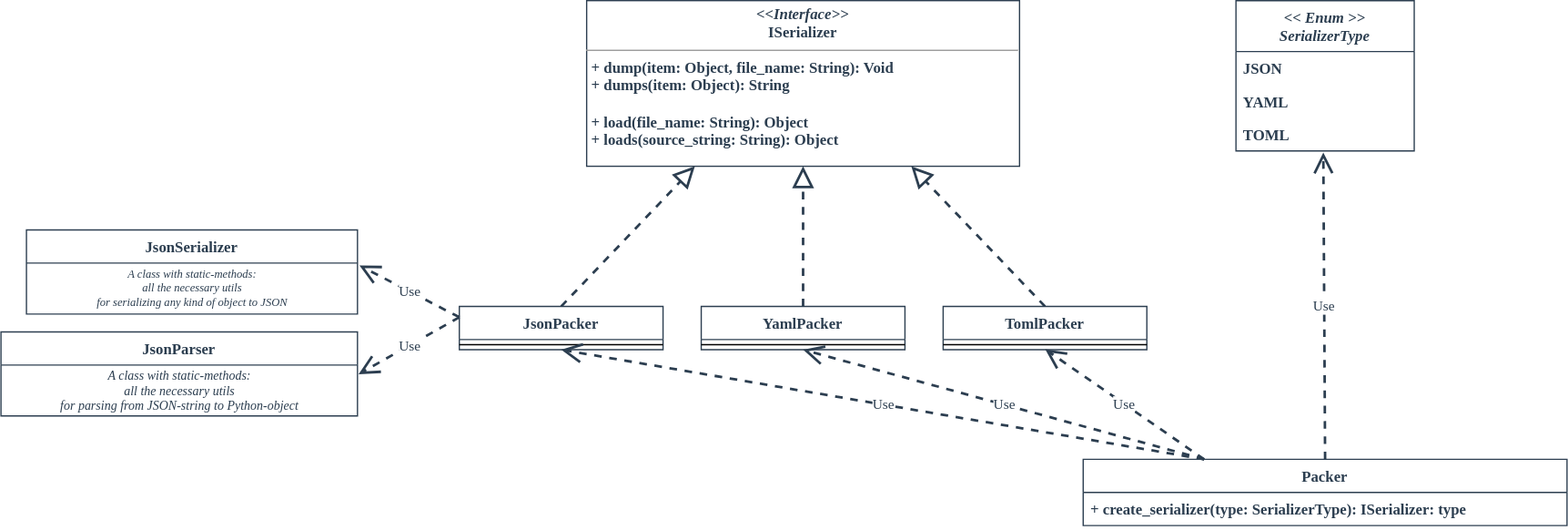
Above: 4 semester/LR2 2022.04.07/packer/scheme.svg in user-of-github/BSUIR_Labs_Programming-tools (draw.io), before the change. Source tidied: cells renumbered, new cells last; positions are measured from the earlier drawing's top-left corner, leaving out a move shared by most shapes. The source it was exported from:
```xml
<mxGraphModel>
  <root>
    <mxCell id="0" />
    <mxCell id="1" parent="0" />
    <mxCell id="2" value="&lt;p style=&quot;margin: 0px ; margin-top: 4px ; text-align: center&quot;&gt;&lt;i&gt;&amp;lt;&amp;lt;Interface&amp;gt;&amp;gt;&lt;/i&gt;&lt;br&gt;&lt;span&gt;ISerializer&lt;/span&gt;&lt;/p&gt;&lt;hr size=&quot;1&quot;&gt;&lt;p style=&quot;margin: 0px ; margin-left: 4px&quot;&gt;+ dump(item: Object, file_name: String): Void&lt;br&gt;+ dumps(item: Object): String&lt;/p&gt;&lt;p style=&quot;margin: 0px ; margin-left: 4px&quot;&gt;&lt;br&gt;&lt;/p&gt;&lt;p style=&quot;margin: 0px ; margin-left: 4px&quot;&gt;+ load(file_name: String): Object&lt;/p&gt;&lt;p style=&quot;margin: 0px ; margin-left: 4px&quot;&gt;+ loads(source_string: String): Object&lt;/p&gt;" style="verticalAlign=top;align=left;overflow=fill;fontSize=12;fontFamily=JetBrains Mono;html=1;fontSource=https%3A%2F%2Ffonts.googleapis.com%2Fcss%3Ffamily%3DJetBrains%2BMono;strokeColor=#2c3e50;fontColor=#2c3e50;fontStyle=1;" parent="1" vertex="1">
      <mxGeometry x="460" width="340" height="130" as="geometry" />
    </mxCell>
    <mxCell id="3" style="endArrow=block;dashed=1;endFill=0;endSize=12;html=1;rounded=0;fontColor=#2c3e50;entryX=0.25;entryY=1;entryDx=0;entryDy=0;strokeColor=#2C3E50;strokeWidth=2;exitX=0.5;exitY=0;exitDx=0;exitDy=0;" parent="1" edge="1" source="4" target="2">
      <mxGeometry relative="1" as="geometry" />
    </mxCell>
    <mxCell id="4" value="JsonPacker" style="swimlane;fontStyle=1;align=center;verticalAlign=top;horizontal=1;startSize=26;fontColor=#2C3E50;strokeColor=#2c3e50;fontFamily=JetBrains Mono;fontSource=https%3A%2F%2Ffonts.googleapis.com%2Fcss%3Ffamily%3DJetBrains%2BMono;strokeWidth=1;" parent="1" vertex="1">
      <mxGeometry x="360" y="240" width="160" height="34" as="geometry" />
    </mxCell>
    <mxCell id="5" style="line;strokeWidth=1;fillColor=none;align=left;verticalAlign=middle;spacingTop=-1;spacingLeft=3;spacingRight=3;labelPosition=right;fontColor=#2c3e50;" parent="4" vertex="1">
      <mxGeometry y="26" width="160" height="8" as="geometry" />
    </mxCell>
    <mxCell id="6" value="YamlPacker" style="swimlane;fontStyle=1;align=center;verticalAlign=top;horizontal=1;startSize=26;fontColor=#2C3E50;strokeColor=#2c3e50;fontFamily=JetBrains Mono;fontSource=https%3A%2F%2Ffonts.googleapis.com%2Fcss%3Ffamily%3DJetBrains%2BMono;strokeWidth=1;" parent="1" vertex="1">
      <mxGeometry x="550" y="240" width="160" height="34" as="geometry" />
    </mxCell>
    <mxCell id="7" style="line;strokeWidth=1;fillColor=none;align=left;verticalAlign=middle;spacingTop=-1;spacingLeft=3;spacingRight=3;labelPosition=right;fontColor=#2c3e50;" parent="6" vertex="1">
      <mxGeometry y="26" width="160" height="8" as="geometry" />
    </mxCell>
    <mxCell id="8" style="endArrow=block;dashed=1;endFill=0;endSize=12;html=1;rounded=0;fontColor=#2c3e50;strokeColor=#2C3E50;strokeWidth=2;exitX=0.5;exitY=0;exitDx=0;exitDy=0;" parent="1" edge="1" source="6">
      <mxGeometry relative="1" as="geometry">
        <mxPoint x="630" y="130" as="targetPoint" />
      </mxGeometry>
    </mxCell>
    <mxCell id="9" style="endArrow=block;dashed=1;endFill=0;endSize=12;html=1;rounded=0;fontColor=#2c3e50;strokeColor=#2C3E50;strokeWidth=2;entryX=0.75;entryY=1;entryDx=0;entryDy=0;exitX=0.5;exitY=0;exitDx=0;exitDy=0;" parent="1" edge="1" source="10" target="2">
      <mxGeometry relative="1" as="geometry" />
    </mxCell>
    <mxCell id="10" value="TomlPacker" style="swimlane;fontStyle=1;align=center;verticalAlign=top;horizontal=1;startSize=26;fontColor=#2C3E50;strokeColor=#2c3e50;fontFamily=JetBrains Mono;fontSource=https%3A%2F%2Ffonts.googleapis.com%2Fcss%3Ffamily%3DJetBrains%2BMono;strokeWidth=1;" parent="1" vertex="1">
      <mxGeometry x="740" y="240" width="160" height="34" as="geometry" />
    </mxCell>
    <mxCell id="11" style="line;strokeWidth=1;fillColor=none;align=left;verticalAlign=middle;spacingTop=-1;spacingLeft=3;spacingRight=3;labelPosition=right;points=[];portConstraint=eastwest;fontColor=#2c3e50;" parent="10" vertex="1">
      <mxGeometry y="26" width="160" height="8" as="geometry" />
    </mxCell>
    <mxCell id="12" value="&lt;&lt; Enum &gt;&gt;&#10;SerializerType" style="swimlane;fontStyle=3;horizontal=1;startSize=40;fillColor=none;fontFamily=JetBrains Mono;fontSource=https%3A%2F%2Ffonts.googleapis.com%2Fcss%3Ffamily%3DJetBrains%2BMono;fontColor=#2C3E50;strokeColor=#2c3e50;strokeWidth=1;" parent="1" vertex="1">
      <mxGeometry x="970" width="140" height="118" as="geometry" />
    </mxCell>
    <mxCell id="13" value="JSON" style="text;strokeColor=none;fillColor=none;align=left;verticalAlign=top;spacingLeft=4;spacingRight=4;overflow=hidden;fontFamily=JetBrains Mono;fontSource=https%3A%2F%2Ffonts.googleapis.com%2Fcss%3Ffamily%3DJetBrains%2BMono;fontColor=#2C3E50;fontStyle=1;" parent="12" vertex="1">
      <mxGeometry y="40" width="140" height="26" as="geometry" />
    </mxCell>
    <mxCell id="14" value="YAML" style="text;strokeColor=none;fillColor=none;align=left;verticalAlign=top;spacingLeft=4;spacingRight=4;overflow=hidden;fontFamily=JetBrains Mono;fontSource=https%3A%2F%2Ffonts.googleapis.com%2Fcss%3Ffamily%3DJetBrains%2BMono;fontColor=#2C3E50;fontStyle=1;" parent="12" vertex="1">
      <mxGeometry y="66" width="140" height="26" as="geometry" />
    </mxCell>
    <mxCell id="15" value="TOML" style="text;strokeColor=none;fillColor=none;align=left;verticalAlign=top;spacingLeft=4;spacingRight=4;overflow=hidden;points=[[0,0.5],[1,0.5]];portConstraint=eastwest;fontFamily=JetBrains Mono;fontSource=https%3A%2F%2Ffonts.googleapis.com%2Fcss%3Ffamily%3DJetBrains%2BMono;fontColor=#2C3E50;fontStyle=1;" parent="12" vertex="1">
      <mxGeometry y="92" width="140" height="26" as="geometry" />
    </mxCell>
    <mxCell id="16" value="Packer" style="swimlane;fontStyle=1;horizontal=1;startSize=26;fillColor=none;fontFamily=JetBrains Mono;fontSource=https%3A%2F%2Ffonts.googleapis.com%2Fcss%3Ffamily%3DJetBrains%2BMono;fontColor=#2C3E50;strokeColor=#2c3e50;strokeWidth=1;" parent="1" vertex="1">
      <mxGeometry x="850" y="360" width="380" height="52" as="geometry" />
    </mxCell>
    <mxCell id="17" value="+ create_serializer(type: SerializerType): ISerializer: type" style="text;strokeColor=none;fillColor=none;align=left;verticalAlign=top;spacingLeft=4;spacingRight=4;overflow=hidden;fontFamily=JetBrains Mono;fontSource=https%3A%2F%2Ffonts.googleapis.com%2Fcss%3Ffamily%3DJetBrains%2BMono;fontColor=#2C3E50;fontStyle=1;" parent="16" vertex="1">
      <mxGeometry y="26" width="380" height="26" as="geometry" />
    </mxCell>
    <mxCell id="18" value="Use" style="endArrow=open;endSize=12;dashed=1;html=1;rounded=0;fontFamily=JetBrains Mono;fontSource=https%3A%2F%2Ffonts.googleapis.com%2Fcss%3Ffamily%3DJetBrains%2BMono;fontColor=#2C3E50;strokeColor=#2C3E50;strokeWidth=2;entryX=0.49;entryY=1.048;entryDx=0;entryDy=0;entryPerimeter=0;exitX=0.5;exitY=0;exitDx=0;exitDy=0;" parent="1" edge="1" source="16" target="15">
      <mxGeometry relative="1" as="geometry" />
    </mxCell>
    <mxCell id="19" value="Use" style="endArrow=open;endSize=12;dashed=1;html=1;rounded=0;fontFamily=JetBrains Mono;fontSource=https%3A%2F%2Ffonts.googleapis.com%2Fcss%3Ffamily%3DJetBrains%2BMono;fontColor=#2C3E50;strokeColor=#2C3E50;strokeWidth=2;entryX=0.501;entryY=0.955;entryDx=0;entryDy=0;entryPerimeter=0;exitX=0.25;exitY=0;exitDx=0;exitDy=0;" parent="1" edge="1" source="16" target="11">
      <mxGeometry relative="1" as="geometry" />
    </mxCell>
    <mxCell id="20" value="Use" style="endArrow=open;endSize=12;dashed=1;html=1;rounded=0;fontFamily=JetBrains Mono;fontSource=https%3A%2F%2Ffonts.googleapis.com%2Fcss%3Ffamily%3DJetBrains%2BMono;fontColor=#2C3E50;strokeColor=#2C3E50;strokeWidth=2;entryX=0.5;entryY=1;entryDx=0;entryDy=0;exitX=0.25;exitY=0;exitDx=0;exitDy=0;" parent="1" edge="1" source="16" target="6">
      <mxGeometry relative="1" as="geometry" />
    </mxCell>
    <mxCell id="21" value="Use" style="endArrow=open;endSize=12;dashed=1;html=1;rounded=0;fontFamily=JetBrains Mono;fontSource=https%3A%2F%2Ffonts.googleapis.com%2Fcss%3Ffamily%3DJetBrains%2BMono;fontColor=#2C3E50;strokeColor=#2C3E50;strokeWidth=2;entryX=0.5;entryY=1;entryDx=0;entryDy=0;exitX=0.25;exitY=0;exitDx=0;exitDy=0;" parent="1" edge="1" source="16" target="4">
      <mxGeometry relative="1" as="geometry" />
    </mxCell>
    <mxCell id="22" value="JsonSerializer" style="swimlane;fontStyle=1;align=center;verticalAlign=top;horizontal=1;startSize=26;fontColor=#2C3E50;strokeColor=#2c3e50;fontFamily=JetBrains Mono;fontSource=https%3A%2F%2Ffonts.googleapis.com%2Fcss%3Ffamily%3DJetBrains%2BMono;strokeWidth=1;" parent="1" vertex="1">
      <mxGeometry x="20" y="180" width="260" height="66" as="geometry" />
    </mxCell>
    <mxCell id="23" value="&lt;i style=&quot;font-size: 9px;&quot;&gt;A class with static-methods: &lt;br style=&quot;font-size: 9px;&quot;&gt;all the necessary utils &lt;br style=&quot;font-size: 9px;&quot;&gt;for serializing any kind of object to JSON&lt;/i&gt;" style="text;html=1;align=center;verticalAlign=middle;points=[];strokeColor=none;fillColor=none;fontFamily=JetBrains Mono;fontColor=#2C3E50;fontStyle=0;fontSize=9;" parent="22" vertex="1">
      <mxGeometry y="26" width="260" height="40" as="geometry" />
    </mxCell>
    <mxCell id="24" value="Use" style="endArrow=open;endSize=12;dashed=1;html=1;rounded=0;fontFamily=JetBrains Mono;fontSource=https%3A%2F%2Ffonts.googleapis.com%2Fcss%3Ffamily%3DJetBrains%2BMono;fontColor=#2C3E50;strokeColor=#2C3E50;strokeWidth=2;exitX=0;exitY=0.25;exitDx=0;exitDy=0;entryX=1.006;entryY=0.046;entryDx=0;entryDy=0;entryPerimeter=0;" parent="1" edge="1" source="4" target="23">
      <mxGeometry relative="1" as="geometry" />
    </mxCell>
    <mxCell id="25" value="JsonParser" style="swimlane;fontStyle=1;align=center;verticalAlign=top;horizontal=1;startSize=26;fontColor=#2C3E50;strokeColor=#2c3e50;fontFamily=JetBrains Mono;fontSource=https%3A%2F%2Ffonts.googleapis.com%2Fcss%3Ffamily%3DJetBrains%2BMono;strokeWidth=1;" parent="1" vertex="1">
      <mxGeometry y="260" width="280" height="66" as="geometry" />
    </mxCell>
    <mxCell id="26" value="&lt;i style=&quot;font-size: 10px;&quot;&gt;A class with static-methods: &lt;br style=&quot;font-size: 10px;&quot;&gt;all the necessary utils &lt;br style=&quot;font-size: 10px;&quot;&gt;for parsing from JSON-string to Python-object&lt;/i&gt;" style="text;html=1;align=center;verticalAlign=middle;points=[];strokeColor=none;fillColor=none;fontFamily=JetBrains Mono;fontColor=#2C3E50;fontStyle=0;fontSize=10;" parent="25" vertex="1">
      <mxGeometry y="26" width="280" height="40" as="geometry" />
    </mxCell>
    <mxCell id="27" value="Use" style="endArrow=open;endSize=12;dashed=1;html=1;rounded=0;fontFamily=JetBrains Mono;fontSource=https%3A%2F%2Ffonts.googleapis.com%2Fcss%3Ffamily%3DJetBrains%2BMono;fontColor=#2C3E50;strokeColor=#2C3E50;strokeWidth=2;exitX=0;exitY=0.25;exitDx=0;exitDy=0;entryX=1.003;entryY=0.18;entryDx=0;entryDy=0;entryPerimeter=0;" parent="1" edge="1" source="4" target="26">
      <mxGeometry relative="1" as="geometry" />
    </mxCell>
  </root>
</mxGraphModel>
```
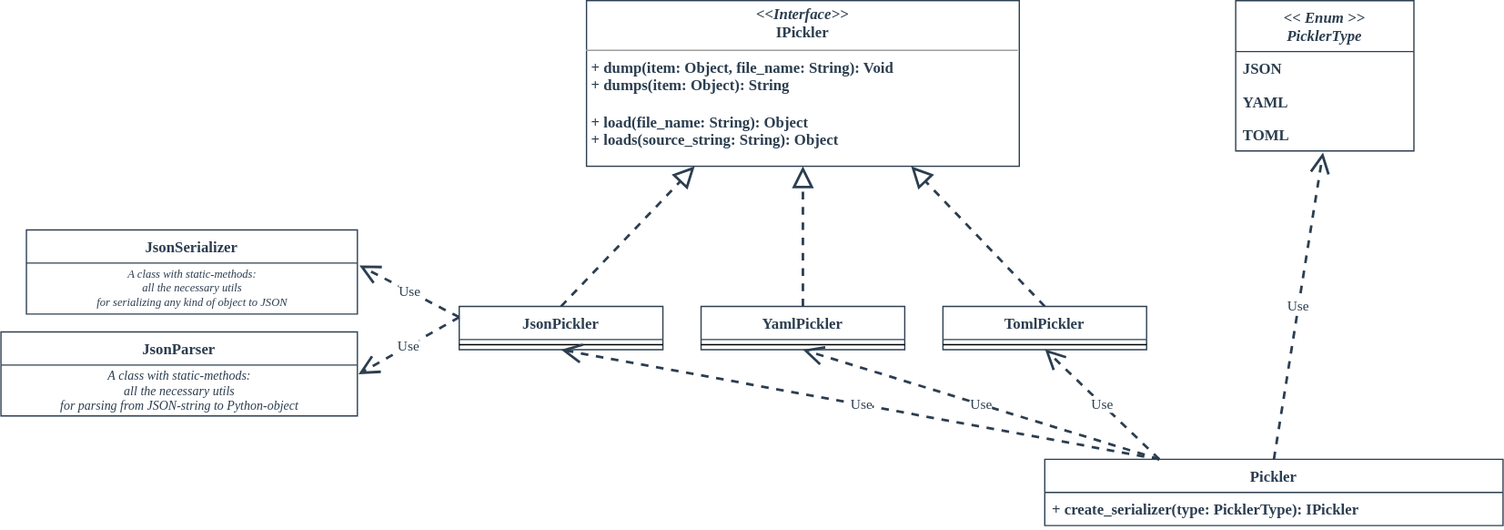
Above is the later version.

Change to the diagram source:
```diff
@@ -2,19 +2,19 @@
   <root>
     <mxCell id="0" />
     <mxCell id="1" parent="0" />
-    <mxCell id="2" value="&lt;p style=&quot;margin: 0px ; margin-top: 4px ; text-align: center&quot;&gt;&lt;i&gt;&amp;lt;&amp;lt;Interface&amp;gt;&amp;gt;&lt;/i&gt;&lt;br&gt;&lt;span&gt;ISerializer&lt;/span&gt;&lt;/p&gt;&lt;hr size=&quot;1&quot;&gt;&lt;p style=&quot;margin: 0px ; margin-left: 4px&quot;&gt;+ dump(item: Object, file_name: String): Void&lt;br&gt;+ dumps(item: Object): String&lt;/p&gt;&lt;p style=&quot;margin: 0px ; margin-left: 4px&quot;&gt;&lt;br&gt;&lt;/p&gt;&lt;p style=&quot;margin: 0px ; margin-left: 4px&quot;&gt;+ load(file_name: String): Object&lt;/p&gt;&lt;p style=&quot;margin: 0px ; margin-left: 4px&quot;&gt;+ loads(source_string: String): Object&lt;/p&gt;" style="verticalAlign=top;align=left;overflow=fill;fontSize=12;fontFamily=JetBrains Mono;html=1;fontSource=https%3A%2F%2Ffonts.googleapis.com%2Fcss%3Ffamily%3DJetBrains%2BMono;strokeColor=#2c3e50;fontColor=#2c3e50;fontStyle=1;" parent="1" vertex="1">
+    <mxCell id="2" value="&lt;p style=&quot;margin: 0px ; margin-top: 4px ; text-align: center&quot;&gt;&lt;i&gt;&amp;lt;&amp;lt;Interface&amp;gt;&amp;gt;&lt;/i&gt;&lt;br&gt;&lt;span&gt;IPickler&lt;/span&gt;&lt;/p&gt;&lt;hr size=&quot;1&quot;&gt;&lt;p style=&quot;margin: 0px ; margin-left: 4px&quot;&gt;+ dump(item: Object, file_name: String): Void&lt;br&gt;+ dumps(item: Object): String&lt;/p&gt;&lt;p style=&quot;margin: 0px ; margin-left: 4px&quot;&gt;&lt;br&gt;&lt;/p&gt;&lt;p style=&quot;margin: 0px ; margin-left: 4px&quot;&gt;+ load(file_name: String): Object&lt;/p&gt;&lt;p style=&quot;margin: 0px ; margin-left: 4px&quot;&gt;+ loads(source_string: String): Object&lt;/p&gt;" style="verticalAlign=top;align=left;overflow=fill;fontSize=12;fontFamily=JetBrains Mono;html=1;fontSource=https%3A%2F%2Ffonts.googleapis.com%2Fcss%3Ffamily%3DJetBrains%2BMono;strokeColor=#2c3e50;fontColor=#2c3e50;fontStyle=1;" parent="1" vertex="1">
       <mxGeometry x="460" width="340" height="130" as="geometry" />
     </mxCell>
     <mxCell id="3" style="endArrow=block;dashed=1;endFill=0;endSize=12;html=1;rounded=0;fontColor=#2c3e50;entryX=0.25;entryY=1;entryDx=0;entryDy=0;strokeColor=#2C3E50;strokeWidth=2;exitX=0.5;exitY=0;exitDx=0;exitDy=0;" parent="1" edge="1" source="4" target="2">
       <mxGeometry relative="1" as="geometry" />
     </mxCell>
-    <mxCell id="4" value="JsonPacker" style="swimlane;fontStyle=1;align=center;verticalAlign=top;horizontal=1;startSize=26;fontColor=#2C3E50;strokeColor=#2c3e50;fontFamily=JetBrains Mono;fontSource=https%3A%2F%2Ffonts.googleapis.com%2Fcss%3Ffamily%3DJetBrains%2BMono;strokeWidth=1;" parent="1" vertex="1">
+    <mxCell id="4" value="JsonPickler" style="swimlane;fontStyle=1;align=center;verticalAlign=top;horizontal=1;startSize=26;fontColor=#2C3E50;strokeColor=#2c3e50;fontFamily=JetBrains Mono;fontSource=https%3A%2F%2Ffonts.googleapis.com%2Fcss%3Ffamily%3DJetBrains%2BMono;strokeWidth=1;" parent="1" vertex="1">
       <mxGeometry x="360" y="240" width="160" height="34" as="geometry" />
     </mxCell>
     <mxCell id="5" style="line;strokeWidth=1;fillColor=none;align=left;verticalAlign=middle;spacingTop=-1;spacingLeft=3;spacingRight=3;labelPosition=right;fontColor=#2c3e50;" parent="4" vertex="1">
       <mxGeometry y="26" width="160" height="8" as="geometry" />
     </mxCell>
-    <mxCell id="6" value="YamlPacker" style="swimlane;fontStyle=1;align=center;verticalAlign=top;horizontal=1;startSize=26;fontColor=#2C3E50;strokeColor=#2c3e50;fontFamily=JetBrains Mono;fontSource=https%3A%2F%2Ffonts.googleapis.com%2Fcss%3Ffamily%3DJetBrains%2BMono;strokeWidth=1;" parent="1" vertex="1">
+    <mxCell id="6" value="YamlPickler" style="swimlane;fontStyle=1;align=center;verticalAlign=top;horizontal=1;startSize=26;fontColor=#2C3E50;strokeColor=#2c3e50;fontFamily=JetBrains Mono;fontSource=https%3A%2F%2Ffonts.googleapis.com%2Fcss%3Ffamily%3DJetBrains%2BMono;strokeWidth=1;" parent="1" vertex="1">
       <mxGeometry x="550" y="240" width="160" height="34" as="geometry" />
     </mxCell>
     <mxCell id="7" style="line;strokeWidth=1;fillColor=none;align=left;verticalAlign=middle;spacingTop=-1;spacingLeft=3;spacingRight=3;labelPosition=right;fontColor=#2c3e50;" parent="6" vertex="1">
@@ -28,13 +28,13 @@
     <mxCell id="9" style="endArrow=block;dashed=1;endFill=0;endSize=12;html=1;rounded=0;fontColor=#2c3e50;strokeColor=#2C3E50;strokeWidth=2;entryX=0.75;entryY=1;entryDx=0;entryDy=0;exitX=0.5;exitY=0;exitDx=0;exitDy=0;" parent="1" edge="1" source="10" target="2">
       <mxGeometry relative="1" as="geometry" />
     </mxCell>
-    <mxCell id="10" value="TomlPacker" style="swimlane;fontStyle=1;align=center;verticalAlign=top;horizontal=1;startSize=26;fontColor=#2C3E50;strokeColor=#2c3e50;fontFamily=JetBrains Mono;fontSource=https%3A%2F%2Ffonts.googleapis.com%2Fcss%3Ffamily%3DJetBrains%2BMono;strokeWidth=1;" parent="1" vertex="1">
+    <mxCell id="10" value="TomlPickler" style="swimlane;fontStyle=1;align=center;verticalAlign=top;horizontal=1;startSize=26;fontColor=#2C3E50;strokeColor=#2c3e50;fontFamily=JetBrains Mono;fontSource=https%3A%2F%2Ffonts.googleapis.com%2Fcss%3Ffamily%3DJetBrains%2BMono;strokeWidth=1;" parent="1" vertex="1">
       <mxGeometry x="740" y="240" width="160" height="34" as="geometry" />
     </mxCell>
     <mxCell id="11" style="line;strokeWidth=1;fillColor=none;align=left;verticalAlign=middle;spacingTop=-1;spacingLeft=3;spacingRight=3;labelPosition=right;points=[];portConstraint=eastwest;fontColor=#2c3e50;" parent="10" vertex="1">
       <mxGeometry y="26" width="160" height="8" as="geometry" />
     </mxCell>
-    <mxCell id="12" value="&lt;&lt; Enum &gt;&gt;&#10;SerializerType" style="swimlane;fontStyle=3;horizontal=1;startSize=40;fillColor=none;fontFamily=JetBrains Mono;fontSource=https%3A%2F%2Ffonts.googleapis.com%2Fcss%3Ffamily%3DJetBrains%2BMono;fontColor=#2C3E50;strokeColor=#2c3e50;strokeWidth=1;" parent="1" vertex="1">
+    <mxCell id="12" value="&lt;&lt; Enum &gt;&gt;&#10;PicklerType" style="swimlane;fontStyle=3;horizontal=1;startSize=40;fillColor=none;fontFamily=JetBrains Mono;fontSource=https%3A%2F%2Ffonts.googleapis.com%2Fcss%3Ffamily%3DJetBrains%2BMono;fontColor=#2C3E50;strokeColor=#2c3e50;strokeWidth=1;" parent="1" vertex="1">
       <mxGeometry x="970" width="140" height="118" as="geometry" />
     </mxCell>
     <mxCell id="13" value="JSON" style="text;strokeColor=none;fillColor=none;align=left;verticalAlign=top;spacingLeft=4;spacingRight=4;overflow=hidden;fontFamily=JetBrains Mono;fontSource=https%3A%2F%2Ffonts.googleapis.com%2Fcss%3Ffamily%3DJetBrains%2BMono;fontColor=#2C3E50;fontStyle=1;" parent="12" vertex="1">
@@ -46,11 +46,11 @@
     <mxCell id="15" value="TOML" style="text;strokeColor=none;fillColor=none;align=left;verticalAlign=top;spacingLeft=4;spacingRight=4;overflow=hidden;points=[[0,0.5],[1,0.5]];portConstraint=eastwest;fontFamily=JetBrains Mono;fontSource=https%3A%2F%2Ffonts.googleapis.com%2Fcss%3Ffamily%3DJetBrains%2BMono;fontColor=#2C3E50;fontStyle=1;" parent="12" vertex="1">
       <mxGeometry y="92" width="140" height="26" as="geometry" />
     </mxCell>
-    <mxCell id="16" value="Packer" style="swimlane;fontStyle=1;horizontal=1;startSize=26;fillColor=none;fontFamily=JetBrains Mono;fontSource=https%3A%2F%2Ffonts.googleapis.com%2Fcss%3Ffamily%3DJetBrains%2BMono;fontColor=#2C3E50;strokeColor=#2c3e50;strokeWidth=1;" parent="1" vertex="1">
-      <mxGeometry x="850" y="360" width="380" height="52" as="geometry" />
+    <mxCell id="16" value="Pickler" style="swimlane;fontStyle=1;horizontal=1;startSize=26;fillColor=none;fontFamily=JetBrains Mono;fontSource=https%3A%2F%2Ffonts.googleapis.com%2Fcss%3Ffamily%3DJetBrains%2BMono;fontColor=#2C3E50;strokeColor=#2c3e50;strokeWidth=1;" parent="1" vertex="1">
+      <mxGeometry x="820" y="360" width="360" height="52" as="geometry" />
     </mxCell>
-    <mxCell id="17" value="+ create_serializer(type: SerializerType): ISerializer: type" style="text;strokeColor=none;fillColor=none;align=left;verticalAlign=top;spacingLeft=4;spacingRight=4;overflow=hidden;fontFamily=JetBrains Mono;fontSource=https%3A%2F%2Ffonts.googleapis.com%2Fcss%3Ffamily%3DJetBrains%2BMono;fontColor=#2C3E50;fontStyle=1;" parent="16" vertex="1">
-      <mxGeometry y="26" width="380" height="26" as="geometry" />
+    <mxCell id="17" value="+ create_serializer(type: PicklerType): IPickler" style="text;strokeColor=none;fillColor=none;align=left;verticalAlign=top;spacingLeft=4;spacingRight=4;overflow=hidden;fontFamily=JetBrains Mono;fontSource=https%3A%2F%2Ffonts.googleapis.com%2Fcss%3Ffamily%3DJetBrains%2BMono;fontColor=#2C3E50;fontStyle=1;" parent="16" vertex="1">
+      <mxGeometry y="26" width="360" height="26" as="geometry" />
     </mxCell>
     <mxCell id="18" value="Use" style="endArrow=open;endSize=12;dashed=1;html=1;rounded=0;fontFamily=JetBrains Mono;fontSource=https%3A%2F%2Ffonts.googleapis.com%2Fcss%3Ffamily%3DJetBrains%2BMono;fontColor=#2C3E50;strokeColor=#2C3E50;strokeWidth=2;entryX=0.49;entryY=1.048;entryDx=0;entryDy=0;entryPerimeter=0;exitX=0.5;exitY=0;exitDx=0;exitDy=0;" parent="1" edge="1" source="16" target="15">
       <mxGeometry relative="1" as="geometry" />
```
